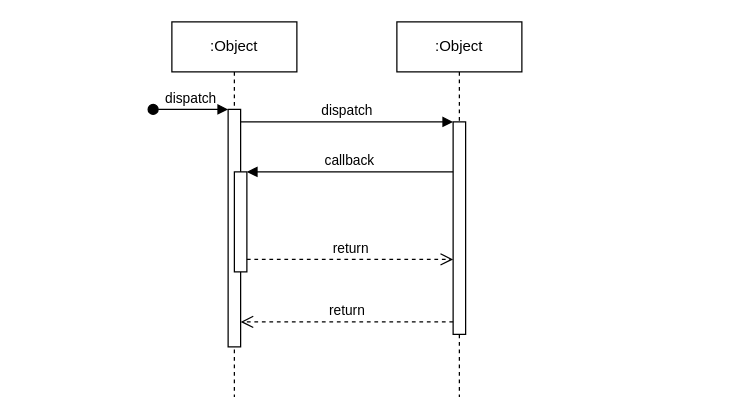
Earlier version of the draw.io diagram 注册时序图-正常流.drawio (PomeloLemon/SoftwareDiagrams). Source tidied: cells renumbered, new cells numbered last; positions are measured from the earlier drawing's top-left corner, leaving out a move shared by most shapes. Both pictures are drawn from the tidied source at 125%, with x=0, y=0 at pixel (152, 21).
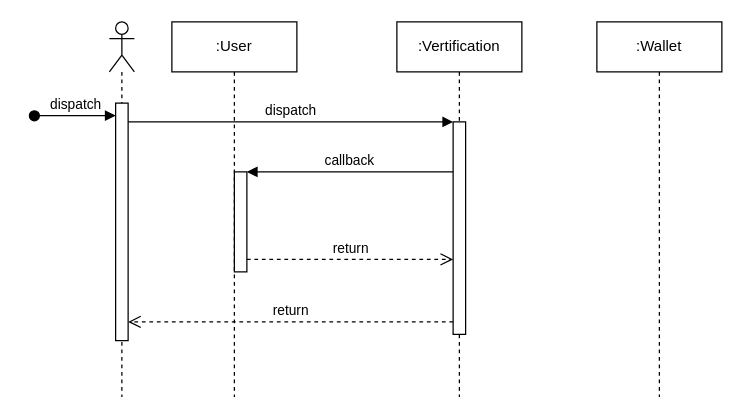
Above is the later version.

Commit message (it also covers changes not shown here):
更新注册时序图-正常流.drawio

Change to the diagram source:
```diff
@@
-    <mxCell id="2" value=":Object" style="shape=umlLifeline;perimeter=lifelinePerimeter;whiteSpace=wrap;html=1;newEdgeStyle={&quot;edgeStyle&quot;:&quot;elbowEdgeStyle&quot;,&quot;elbow&quot;:&quot;vertical&quot;,&quot;curved&quot;:0,&quot;rounded&quot;:0};" parent="1" vertex="1">
+    <mxCell id="2" value=":User" style="shape=umlLifeline;perimeter=lifelinePerimeter;whiteSpace=wrap;html=1;newEdgeStyle={&quot;edgeStyle&quot;:&quot;elbowEdgeStyle&quot;,&quot;elbow&quot;:&quot;vertical&quot;,&quot;curved&quot;:0,&quot;rounded&quot;:0};" parent="1" vertex="1">
       <mxGeometry x="15" width="100" height="300" as="geometry" />
     </mxCell>
-    <mxCell id="3" style="html=1;points=[];perimeter=orthogonalPerimeter;outlineConnect=0;targetShapes=umlLifeline;portConstraint=eastwest;newEdgeStyle={&quot;edgeStyle&quot;:&quot;elbowEdgeStyle&quot;,&quot;elbow&quot;:&quot;vertical&quot;,&quot;curved&quot;:0,&quot;rounded&quot;:0};" parent="2" vertex="1">
-      <mxGeometry x="45" y="70" width="10" height="190" as="geometry" />
-    </mxCell>
-    <mxCell id="4" value="dispatch" style="html=1;verticalAlign=bottom;startArrow=oval;endArrow=block;startSize=8;edgeStyle=elbowEdgeStyle;elbow=vertical;curved=0;rounded=0;" parent="2" edge="1" target="3">
-      <mxGeometry relative="1" as="geometry">
-        <mxPoint x="-15" y="70" as="sourcePoint" />
-      </mxGeometry>
-    </mxCell>
@@
-    <mxCell id="6" value=":Object" style="shape=umlLifeline;perimeter=lifelinePerimeter;whiteSpace=wrap;html=1;newEdgeStyle={&quot;edgeStyle&quot;:&quot;elbowEdgeStyle&quot;,&quot;elbow&quot;:&quot;vertical&quot;,&quot;curved&quot;:0,&quot;rounded&quot;:0};" parent="1" vertex="1">
+    <mxCell id="6" value=":Vertification" style="shape=umlLifeline;perimeter=lifelinePerimeter;whiteSpace=wrap;html=1;newEdgeStyle={&quot;edgeStyle&quot;:&quot;elbowEdgeStyle&quot;,&quot;elbow&quot;:&quot;vertical&quot;,&quot;curved&quot;:0,&quot;rounded&quot;:0};" parent="1" vertex="1">
       <mxGeometry x="195" width="100" height="300" as="geometry" />
     </mxCell>
@@
+    <mxCell id="12" value=":Wallet" style="shape=umlLifeline;perimeter=lifelinePerimeter;whiteSpace=wrap;html=1;newEdgeStyle={&quot;curved&quot;:0,&quot;rounded&quot;:0};" parent="1" vertex="1">
+      <mxGeometry x="355" width="100" height="300" as="geometry" />
+    </mxCell>
+    <mxCell id="13" style="shape=umlLifeline;perimeter=lifelinePerimeter;whiteSpace=wrap;html=1;newEdgeStyle={&quot;curved&quot;:0,&quot;rounded&quot;:0};participant=umlActor;" parent="1" vertex="1">
+      <mxGeometry x="-35" width="20" height="300" as="geometry" />
+    </mxCell>
+    <mxCell id="3" style="html=1;points=[];perimeter=orthogonalPerimeter;outlineConnect=0;targetShapes=umlLifeline;portConstraint=eastwest;newEdgeStyle={&quot;edgeStyle&quot;:&quot;elbowEdgeStyle&quot;,&quot;elbow&quot;:&quot;vertical&quot;,&quot;curved&quot;:0,&quot;rounded&quot;:0};" parent="13" vertex="1">
+      <mxGeometry x="5" y="65" width="10" height="190" as="geometry" />
+    </mxCell>
+    <mxCell id="4" value="dispatch" style="html=1;verticalAlign=bottom;startArrow=oval;endArrow=block;startSize=8;edgeStyle=elbowEdgeStyle;elbow=vertical;curved=0;rounded=0;" parent="1" edge="1">
+      <mxGeometry relative="1" as="geometry">
+        <mxPoint x="-95" y="75.1" as="sourcePoint" />
+        <mxPoint x="-30" y="75.1" as="targetPoint" />
+      </mxGeometry>
+    </mxCell>
```
